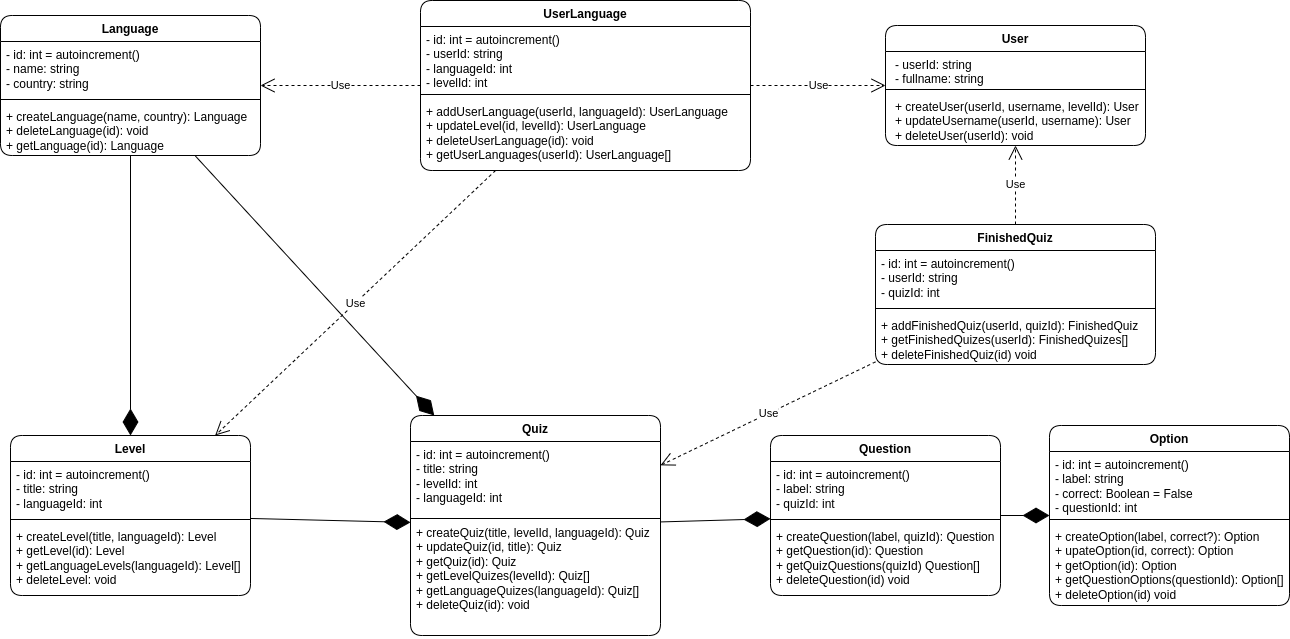
Earlier version of the draw.io export Docs/Linger-class diagram.drawio.png (ThommysArt/Linger---ExpressJS-NextJS). Source tidied: cells renumbered, new cells last; positions are measured from the earlier drawing's top-left corner, leaving out a move shared by most shapes.
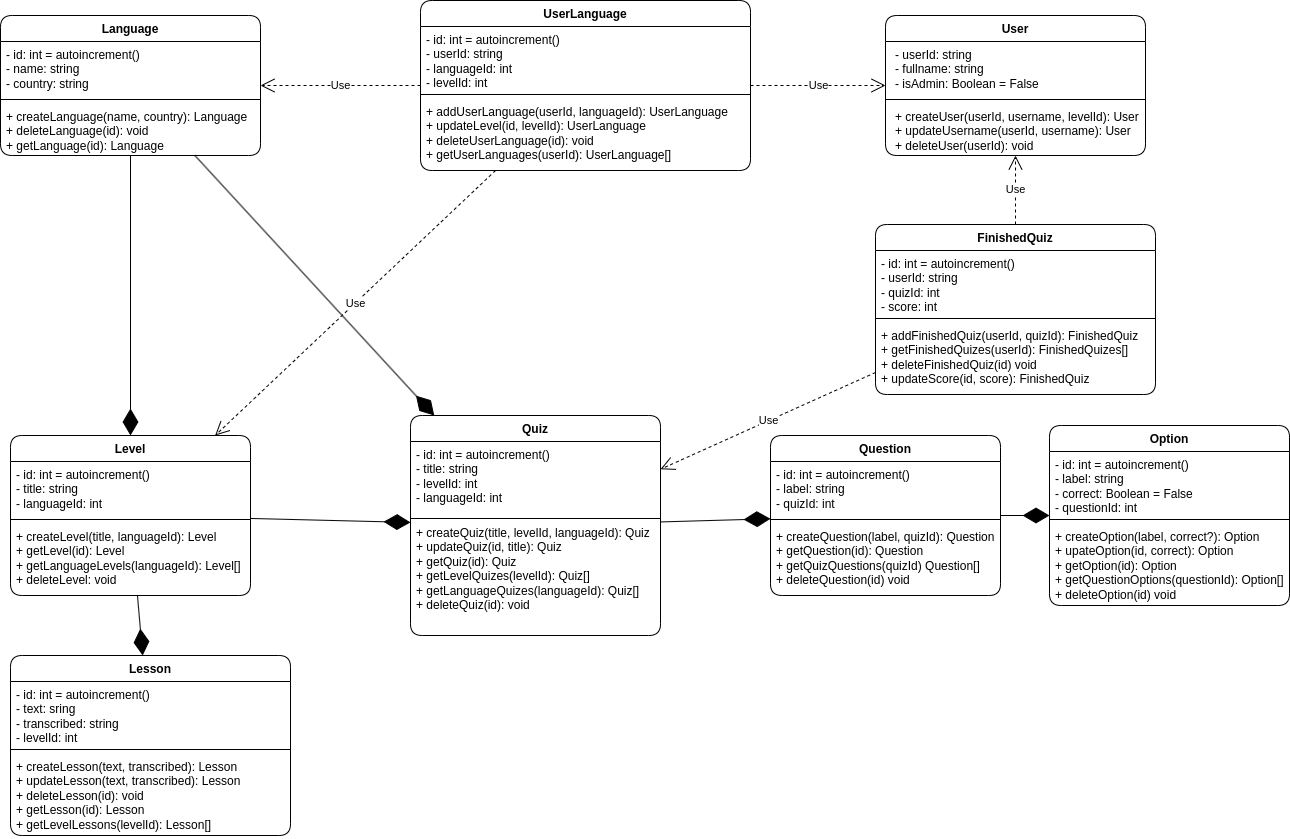
Above is the later version.

What changed in the source:
```diff
@@ -3,16 +3,16 @@
     <mxCell id="0" />
     <mxCell id="1" parent="0" />
     <mxCell id="2" value="User" style="swimlane;fontStyle=1;align=center;verticalAlign=top;horizontal=1;startSize=26;whiteSpace=wrap;html=1;rounded=1;labelBackgroundColor=none;" parent="1" vertex="1">
-      <mxGeometry x="885" y="25" width="260" height="120" as="geometry" />
+      <mxGeometry x="885" y="15" width="260" height="140" as="geometry" />
     </mxCell>
-    <mxCell id="3" value="&lt;p style=&quot;margin: 0px 0px 0px 4px;&quot;&gt;- userId: string&lt;/p&gt;&lt;p style=&quot;margin: 0px 0px 0px 4px;&quot;&gt;- fullname: string&lt;/p&gt;" style="text;strokeColor=none;fillColor=none;align=left;verticalAlign=top;spacingLeft=4;spacingRight=4;overflow=hidden;whiteSpace=wrap;html=1;rounded=1;labelBackgroundColor=none;" parent="2" vertex="1">
-      <mxGeometry y="26" width="260" height="34" as="geometry" />
+    <mxCell id="3" value="&lt;p style=&quot;margin: 0px 0px 0px 4px;&quot;&gt;- userId: string&lt;/p&gt;&lt;p style=&quot;margin: 0px 0px 0px 4px;&quot;&gt;- fullname: string&lt;/p&gt;&lt;p style=&quot;margin: 0px 0px 0px 4px;&quot;&gt;- isAdmin: Boolean = False&lt;/p&gt;" style="text;strokeColor=none;fillColor=none;align=left;verticalAlign=top;spacingLeft=4;spacingRight=4;overflow=hidden;whiteSpace=wrap;html=1;rounded=1;labelBackgroundColor=none;" parent="2" vertex="1">
+      <mxGeometry y="26" width="260" height="54" as="geometry" />
     </mxCell>
     <mxCell id="4" style="line;strokeWidth=1;fillColor=none;align=left;verticalAlign=middle;spacingTop=-1;spacingLeft=3;spacingRight=3;labelPosition=right;rounded=1;labelBackgroundColor=none;" parent="2" vertex="1">
-      <mxGeometry y="60" width="260" height="8" as="geometry" />
+      <mxGeometry y="80" width="260" height="8" as="geometry" />
     </mxCell>
     <mxCell id="5" value="&lt;p style=&quot;margin: 0px 0px 0px 4px;&quot;&gt;+ createUser(userId, username, levelId): User&lt;/p&gt;&lt;p style=&quot;margin: 0px 0px 0px 4px;&quot;&gt;+ updateUsername(userId, username): User&lt;/p&gt;&lt;p style=&quot;margin: 0px 0px 0px 4px;&quot;&gt;+ deleteUser(userId): void&lt;/p&gt;" style="text;strokeColor=none;fillColor=none;align=left;verticalAlign=top;spacingLeft=4;spacingRight=4;overflow=hidden;whiteSpace=wrap;html=1;rounded=1;labelBackgroundColor=none;" parent="2" vertex="1">
-      <mxGeometry y="68" width="260" height="52" as="geometry" />
+      <mxGeometry y="88" width="260" height="52" as="geometry" />
     </mxCell>
     <mxCell id="6" value="Language" style="swimlane;fontStyle=1;align=center;verticalAlign=top;horizontal=1;startSize=26;whiteSpace=wrap;html=1;rounded=1;labelBackgroundColor=none;" parent="1" vertex="1">
       <mxGeometry y="15" width="260" height="140" as="geometry" />
@@ -111,16 +111,16 @@
       <mxGeometry relative="1" as="geometry" />
     </mxCell>
     <mxCell id="38" value="FinishedQuiz" style="swimlane;fontStyle=1;align=center;verticalAlign=top;horizontal=1;startSize=26;whiteSpace=wrap;html=1;rounded=1;" parent="1" vertex="1">
-      <mxGeometry x="875" y="224" width="280" height="140" as="geometry" />
+      <mxGeometry x="875" y="224" width="280" height="170" as="geometry" />
     </mxCell>
-    <mxCell id="39" value="- id: int = autoincrement()&lt;div&gt;- userId: string&lt;/div&gt;&lt;div&gt;- quizId: int&lt;/div&gt;" style="text;strokeColor=none;fillColor=none;align=left;verticalAlign=top;spacingLeft=4;spacingRight=4;overflow=hidden;whiteSpace=wrap;html=1;" parent="38" vertex="1">
-      <mxGeometry y="26" width="280" height="54" as="geometry" />
+    <mxCell id="39" value="- id: int = autoincrement()&lt;div&gt;- userId: string&lt;/div&gt;&lt;div&gt;- quizId: int&lt;/div&gt;&lt;div&gt;- score: int&lt;/div&gt;" style="text;strokeColor=none;fillColor=none;align=left;verticalAlign=top;spacingLeft=4;spacingRight=4;overflow=hidden;whiteSpace=wrap;html=1;rounded=1;" parent="38" vertex="1">
+      <mxGeometry y="26" width="280" height="64" as="geometry" />
     </mxCell>
     <mxCell id="40" style="line;strokeWidth=1;fillColor=none;align=left;verticalAlign=middle;spacingTop=-1;spacingLeft=3;spacingRight=3;labelPosition=right;strokeColor=inherit;rounded=1;" parent="38" vertex="1">
-      <mxGeometry y="80" width="280" height="8" as="geometry" />
+      <mxGeometry y="90" width="280" height="8" as="geometry" />
     </mxCell>
-    <mxCell id="41" value="+ addFinishedQuiz(userId, quizId): FinishedQuiz&lt;div&gt;+ getFinishedQuizes(userId): FinishedQuizes[]&lt;/div&gt;&lt;div&gt;+ deleteFinishedQuiz(id) void&lt;/div&gt;" style="text;strokeColor=none;fillColor=none;align=left;verticalAlign=top;spacingLeft=4;spacingRight=4;overflow=hidden;whiteSpace=wrap;html=1;" parent="38" vertex="1">
-      <mxGeometry y="88" width="280" height="52" as="geometry" />
+    <mxCell id="41" value="+ addFinishedQuiz(userId, quizId): FinishedQuiz&lt;div&gt;+ getFinishedQuizes(userId): FinishedQuizes[]&lt;/div&gt;&lt;div&gt;+ deleteFinishedQuiz(id) void&lt;/div&gt;&lt;div&gt;+ updateScore(id, score): FinishedQuiz&lt;/div&gt;" style="text;strokeColor=none;fillColor=none;align=left;verticalAlign=top;spacingLeft=4;spacingRight=4;overflow=hidden;whiteSpace=wrap;html=1;rounded=1;" parent="38" vertex="1">
+      <mxGeometry y="98" width="280" height="72" as="geometry" />
     </mxCell>
     <mxCell id="42" value="Use" style="endArrow=open;endSize=12;dashed=1;html=1;rounded=1;" parent="1" edge="1" source="38" target="2">
       <mxGeometry relative="1" as="geometry" />
@@ -128,5 +128,20 @@
     <mxCell id="43" value="Use" style="endArrow=open;endSize=12;dashed=1;html=1;rounded=1;" parent="1" edge="1" source="38" target="14">
       <mxGeometry relative="1" as="geometry" />
     </mxCell>
+    <mxCell id="44" value="Lesson" style="swimlane;fontStyle=1;align=center;verticalAlign=top;horizontal=1;startSize=26;whiteSpace=wrap;html=1;rounded=1;" parent="1" vertex="1">
+      <mxGeometry x="10" y="655" width="280" height="180" as="geometry" />
+    </mxCell>
+    <mxCell id="45" value="- id: int = autoincrement()&lt;div&gt;- text: sring&lt;/div&gt;&lt;div&gt;- transcribed: string&lt;/div&gt;&lt;div&gt;- levelId: int&lt;/div&gt;" style="text;strokeColor=none;fillColor=none;align=left;verticalAlign=top;spacingLeft=4;spacingRight=4;overflow=hidden;whiteSpace=wrap;html=1;rounded=1;" parent="44" vertex="1">
+      <mxGeometry y="26" width="280" height="64" as="geometry" />
+    </mxCell>
+    <mxCell id="46" style="line;strokeWidth=1;fillColor=none;align=left;verticalAlign=middle;spacingTop=-1;spacingLeft=3;spacingRight=3;labelPosition=right;strokeColor=inherit;rounded=1;" parent="44" vertex="1">
+      <mxGeometry y="90" width="280" height="8" as="geometry" />
+    </mxCell>
+    <mxCell id="47" value="+ createLesson(text, transcribed): Lesson&lt;div&gt;+ updateLesson(text, transcribed): Lesson&lt;/div&gt;&lt;div&gt;+ deleteLesson(id): void&lt;/div&gt;&lt;div&gt;+ getLesson(id): Lesson&lt;/div&gt;&lt;div&gt;+ getLevelLessons(levelId): Lesson[]&lt;/div&gt;" style="text;strokeColor=none;fillColor=none;align=left;verticalAlign=top;spacingLeft=4;spacingRight=4;overflow=hidden;whiteSpace=wrap;html=1;rounded=1;" parent="44" vertex="1">
+      <mxGeometry y="98" width="280" height="82" as="geometry" />
+    </mxCell>
+    <mxCell id="48" style="endArrow=diamondThin;endFill=1;endSize=24;html=1;rounded=1;" parent="1" edge="1" source="10" target="44">
+      <mxGeometry relative="1" as="geometry" />
+    </mxCell>
   </root>
 </mxGraphModel>
```
